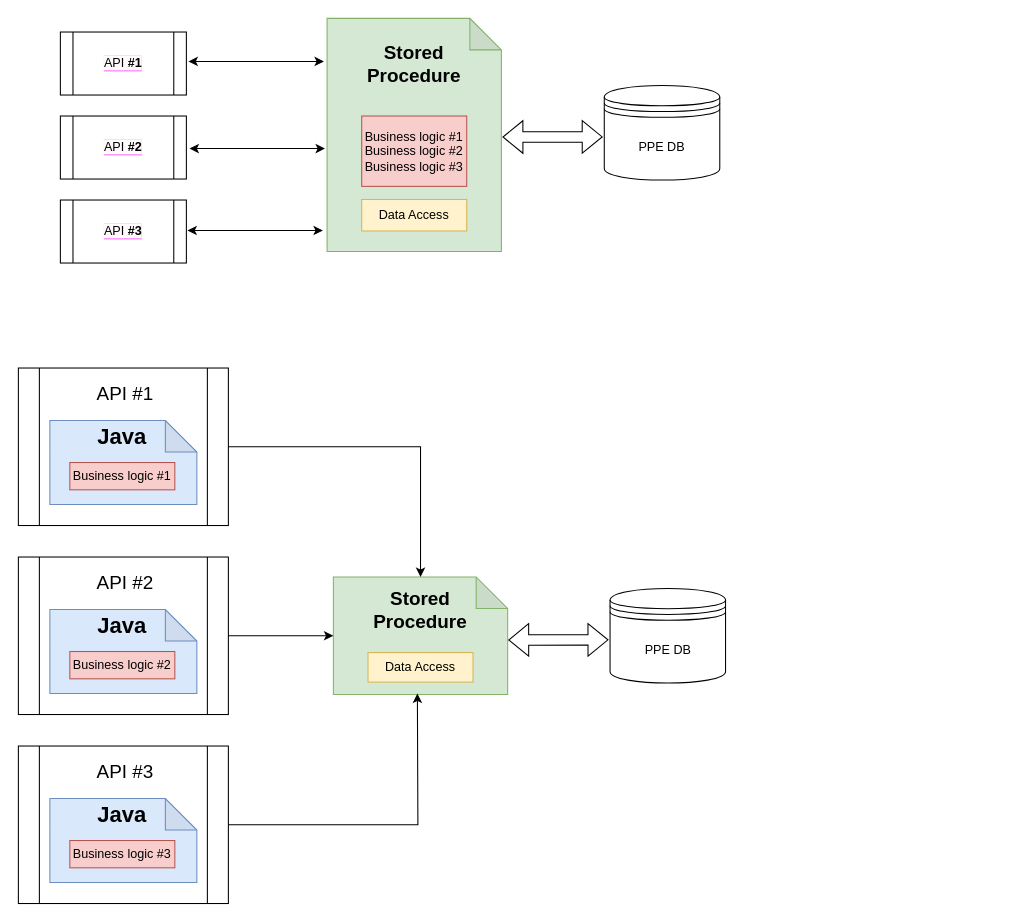
This is page "Page-1" (1 of 2) of Untitled Diagram.drawio from TUKAKKAR/TEMP, a draw.io file, before an edit. Source tidied: cells renumbered, new cells numbered last; positions are measured from the earlier drawing's top-left corner, leaving out a move shared by most shapes. Both pictures are drawn from the tidied source at 105%, with x=0, y=0 at pixel (18, 18).
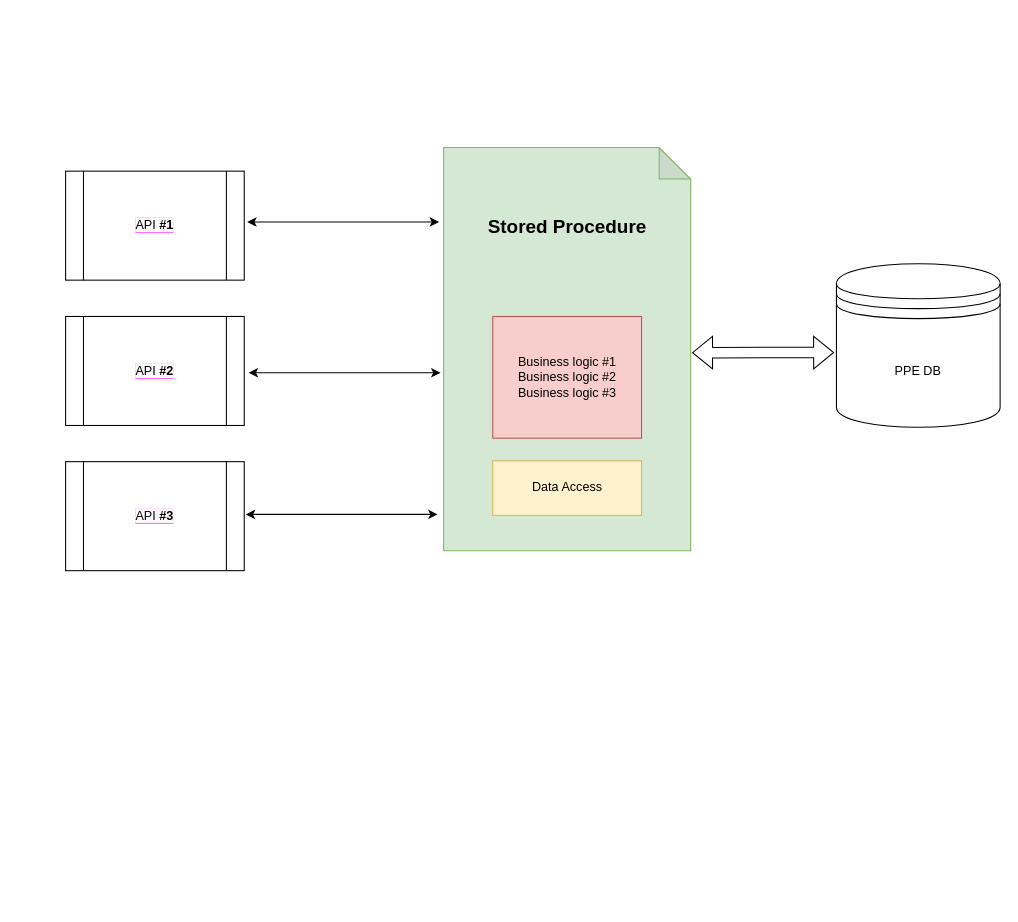
Above is the later version.

Diff of the diagram source:
```diff
@@
+    <mxCell id="50" style="group;" parent="1" vertex="1">
+      <mxGeometry x="45" y="123" width="890" height="403" as="geometry" />
+    </mxCell>
-    <mxCell id="2" value="PPE DB" style="shape=datastore;whiteSpace=wrap;html=1;" parent="1" vertex="1">
-      <mxGeometry x="558" y="64" width="110" height="90" as="geometry" />
+    <mxCell id="2" value="PPE DB" style="shape=datastore;whiteSpace=wrap;html=1;" parent="50" vertex="1">
+      <mxGeometry x="734.1" y="110.7" width="155.9" height="155.7" as="geometry" />
     </mxCell>
-    <mxCell id="3" style="shape=flexArrow;endArrow=classic;startArrow=classic;html=1;rounded=0;entryX=-0.009;entryY=0.454;entryDx=0;entryDy=0;entryPerimeter=0;" parent="1" edge="1">
+    <mxCell id="3" style="shape=flexArrow;endArrow=classic;startArrow=classic;html=1;rounded=0;entryX=-0.009;entryY=0.454;entryDx=0;entryDy=0;entryPerimeter=0;" parent="50" edge="1">
       <mxGeometry relative="1" as="geometry">
-        <mxPoint x="461" y="113" as="sourcePoint" />
-        <mxPoint x="556.5" y="112.9" as="targetPoint" />
+        <mxPoint x="596.6" y="195.4" as="sourcePoint" />
+        <mxPoint x="731.9" y="195.2" as="targetPoint" />
       </mxGeometry>
     </mxCell>
-    <mxCell id="4" value="PPE DB" style="shape=datastore;whiteSpace=wrap;html=1;" parent="1" vertex="1">
-      <mxGeometry x="563.5" y="543" width="110" height="90" as="geometry" />
-    </mxCell>
-    <mxCell id="5" style="shape=flexArrow;endArrow=classic;startArrow=classic;html=1;rounded=0;entryX=-0.009;entryY=0.454;entryDx=0;entryDy=0;entryPerimeter=0;" parent="1" edge="1">
-      <mxGeometry relative="1" as="geometry">
-        <mxPoint x="466.5" y="592" as="sourcePoint" />
-        <mxPoint x="562" y="591.9" as="targetPoint" />
-      </mxGeometry>
-    </mxCell>
-    <mxCell id="6" style="group;" parent="1" vertex="1">
-      <mxGeometry x="40" y="13" width="123" height="60" as="geometry" />
+    <mxCell id="6" style="group;" parent="50" vertex="1">
+      <mxGeometry y="22.5" width="174.3" height="103.8" as="geometry" />
     </mxCell>
     <mxCell id="7" value="&lt;span style=&quot;background-color: rgb(255, 250, 252);&quot;&gt;API &lt;b&gt;#1&lt;/b&gt;&lt;/span&gt;" style="shape=process;whiteSpace=wrap;html=1;backgroundOutline=1;labelBackgroundColor=#FF66FF;" parent="6" vertex="1">
-      <mxGeometry width="120" height="60" as="geometry" />
+      <mxGeometry width="170.1" height="103.8" as="geometry" />
     </mxCell>
-    <mxCell id="8" style="group;" parent="1" vertex="1">
-      <mxGeometry x="40" y="93" width="123" height="60" as="geometry" />
+    <mxCell id="8" style="group;" parent="50" vertex="1">
+      <mxGeometry y="160.9" width="174.3" height="103.8" as="geometry" />
     </mxCell>
     <mxCell id="9" value="&lt;span style=&quot;background-color: rgb(255, 250, 252);&quot;&gt;API &lt;b&gt;#2&lt;/b&gt;&lt;/span&gt;" style="shape=process;whiteSpace=wrap;html=1;backgroundOutline=1;labelBackgroundColor=#FF66FF;" parent="8" vertex="1">
-      <mxGeometry width="120" height="60" as="geometry" />
+      <mxGeometry width="170.1" height="103.8" as="geometry" />
     </mxCell>
-    <mxCell id="10" style="group;" parent="1" vertex="1">
-      <mxGeometry x="40" y="173" width="123" height="60" as="geometry" />
+    <mxCell id="10" style="group;" parent="50" vertex="1">
+      <mxGeometry y="299.2" width="174.3" height="103.8" as="geometry" />
     </mxCell>
     <mxCell id="11" value="&lt;span style=&quot;background-color: rgb(255, 250, 252);&quot;&gt;API &lt;b&gt;#3&lt;/b&gt;&lt;/span&gt;" style="shape=process;whiteSpace=wrap;html=1;backgroundOutline=1;labelBackgroundColor=#FF66FF;" parent="10" vertex="1">
-      <mxGeometry width="120" height="60" as="geometry" />
+      <mxGeometry width="170.1" height="103.8" as="geometry" />
     </mxCell>
-    <mxCell id="12" style="group;" parent="1" vertex="1">
-      <mxGeometry x="294" width="166" height="222" as="geometry" />
+    <mxCell id="12" style="group;" parent="50" vertex="1">
+      <mxGeometry x="360" width="235.3" height="384" as="geometry" />
     </mxCell>
     <mxCell id="13" style="shape=note;whiteSpace=wrap;html=1;backgroundOutline=1;darkOpacity=0.05;labelBackgroundColor=none;fillStyle=solid;fontSize=18;fillColor=#d5e8d4;strokeColor=#82b366;" parent="12" vertex="1">
-      <mxGeometry width="166" height="222" as="geometry" />
+      <mxGeometry width="235.3" height="384" as="geometry" />
     </mxCell>
     <mxCell id="14" value="Business logic #1&lt;br&gt;Business logic #2&lt;br&gt;Business logic #3" style="rounded=0;whiteSpace=wrap;html=1;labelBackgroundColor=none;fillStyle=solid;fillColor=#f8cecc;strokeColor=#b85450;" parent="12" vertex="1">
-      <mxGeometry x="33" y="93" width="100" height="67" as="geometry" />
+      <mxGeometry x="46.8" y="160.9" width="141.7" height="115.9" as="geometry" />
     </mxCell>
     <mxCell id="15" value="Data Access" style="rounded=0;whiteSpace=wrap;html=1;fillColor=#fff2cc;strokeColor=#d6b656;" parent="12" vertex="1">
-      <mxGeometry x="33" y="172.5" width="100" height="30" as="geometry" />
+      <mxGeometry x="46.8" y="298.4" width="141.7" height="51.9" as="geometry" />
     </mxCell>
     <mxCell id="16" value="Stored Procedure" style="rounded=0;whiteSpace=wrap;html=1;labelBackgroundColor=none;fillStyle=solid;fontSize=18;fillColor=none;fontStyle=1;verticalAlign=middle;strokeColor=none;" parent="12" vertex="1">
-      <mxGeometry x="26" y="23" width="114" height="42" as="geometry" />
+      <mxGeometry x="36.8" y="39.8" width="161.6" height="72.6" as="geometry" />
     </mxCell>
-    <mxCell id="17" style="endArrow=classic;startArrow=classic;html=1;rounded=0;fontSize=18;" parent="1" edge="1">
+    <mxCell id="17" style="endArrow=classic;startArrow=classic;html=1;rounded=0;fontSize=18;" parent="50" edge="1">
       <mxGeometry relative="1" as="geometry">
-        <mxPoint x="161" y="202" as="sourcePoint" />
-        <mxPoint x="290" y="202" as="targetPoint" />
+        <mxPoint x="171.5" y="349.4" as="sourcePoint" />
+        <mxPoint x="354.3" y="349.4" as="targetPoint" />
       </mxGeometry>
     </mxCell>
-    <mxCell id="18" style="endArrow=classic;startArrow=classic;html=1;rounded=0;fontSize=18;" parent="1" edge="1">
+    <mxCell id="18" style="endArrow=classic;startArrow=classic;html=1;rounded=0;fontSize=18;" parent="50" edge="1">
       <mxGeometry relative="1" as="geometry">
-        <mxPoint x="163" y="124" as="sourcePoint" />
-        <mxPoint x="292" y="124" as="targetPoint" />
+        <mxPoint x="174.3" y="214.5" as="sourcePoint" />
+        <mxPoint x="357.1" y="214.5" as="targetPoint" />
       </mxGeometry>
     </mxCell>
-    <mxCell id="19" style="endArrow=classic;startArrow=classic;html=1;rounded=0;fontSize=18;" parent="1" edge="1">
+    <mxCell id="19" style="endArrow=classic;startArrow=classic;html=1;rounded=0;fontSize=18;" parent="50" edge="1">
       <mxGeometry relative="1" as="geometry">
-        <mxPoint x="162" y="41" as="sourcePoint" />
-        <mxPoint x="291" y="41" as="targetPoint" />
+        <mxPoint x="172.9" y="70.9" as="sourcePoint" />
+        <mxPoint x="355.7" y="70.9" as="targetPoint" />
       </mxGeometry>
     </mxCell>
-    <mxCell id="20" style="group;" parent="1" vertex="1">
-      <mxGeometry x="300" y="484" width="166" height="208" as="geometry" />
-    </mxCell>
-    <mxCell id="21" style="shape=note;whiteSpace=wrap;html=1;backgroundOutline=1;darkOpacity=0.05;labelBackgroundColor=none;fillStyle=solid;fontSize=18;fillColor=#d5e8d4;strokeColor=#82b366;" parent="20" vertex="1">
-      <mxGeometry y="48" width="166" height="112" as="geometry" />
-    </mxCell>
-    <mxCell id="22" value="Data Access" style="rounded=0;whiteSpace=wrap;html=1;fillColor=#fff2cc;strokeColor=#d6b656;" parent="20" vertex="1">
-      <mxGeometry x="33" y="120" width="100" height="28.1" as="geometry" />
-    </mxCell>
-    <mxCell id="23" value="Stored Procedure" style="rounded=0;whiteSpace=wrap;html=1;labelBackgroundColor=none;fillStyle=solid;fontSize=18;fillColor=none;fontStyle=1;verticalAlign=middle;strokeColor=none;" parent="20" vertex="1">
-      <mxGeometry x="26" y="60" width="114" height="39.4" as="geometry" />
-    </mxCell>
-    <mxCell id="24" style="group;" parent="1" vertex="1">
-      <mxGeometry y="333" width="200" height="150" as="geometry" />
-    </mxCell>
-    <mxCell id="25" style="shape=process;whiteSpace=wrap;html=1;backgroundOutline=1;labelBackgroundColor=#FF66FF;" parent="24" vertex="1">
-      <mxGeometry width="200" height="150" as="geometry" />
-    </mxCell>
-    <mxCell id="26" value="API #1" style="text;html=1;strokeColor=none;fillColor=none;align=center;verticalAlign=middle;whiteSpace=wrap;rounded=0;labelBackgroundColor=none;fillStyle=solid;fontSize=18;" parent="24" vertex="1">
-      <mxGeometry x="71.5" y="10" width="60" height="30" as="geometry" />
-    </mxCell>
-    <mxCell id="27" style="group;" parent="24" vertex="1">
-      <mxGeometry x="30" y="50" width="140" height="80" as="geometry" />
-    </mxCell>
-    <mxCell id="28" style="shape=note;whiteSpace=wrap;html=1;backgroundOutline=1;darkOpacity=0.05;labelBackgroundColor=#FFFFFF;fillStyle=solid;fillColor=#dae8fc;strokeColor=#6c8ebf;" parent="27" vertex="1">
-      <mxGeometry width="140" height="80" as="geometry" />
-    </mxCell>
-    <mxCell id="29" value="Business logic #1" style="rounded=0;whiteSpace=wrap;html=1;labelBackgroundColor=none;fillStyle=solid;fillColor=#f8cecc;strokeColor=#b85450;" parent="27" vertex="1">
-      <mxGeometry x="19" y="40" width="100" height="26" as="geometry" />
-    </mxCell>
-    <mxCell id="30" value="&lt;b&gt;&lt;font style=&quot;font-size: 21px;&quot;&gt;Java&lt;/font&gt;&lt;/b&gt;" style="rounded=0;whiteSpace=wrap;html=1;labelBackgroundColor=none;fillStyle=solid;strokeColor=none;fillColor=none;" parent="27" vertex="1">
-      <mxGeometry x="9" y="3.1" width="120" height="23.9" as="geometry" />
-    </mxCell>
-    <mxCell id="31" style="group;" parent="1" vertex="1">
-      <mxGeometry y="513" width="200" height="150" as="geometry" />
-    </mxCell>
-    <mxCell id="32" style="group;" parent="31" vertex="1">
-      <mxGeometry width="200" height="150" as="geometry" />
-    </mxCell>
-    <mxCell id="33" style="shape=process;whiteSpace=wrap;html=1;backgroundOutline=1;labelBackgroundColor=#FF66FF;" parent="32" vertex="1">
-      <mxGeometry width="200" height="150" as="geometry" />
-    </mxCell>
-    <mxCell id="34" value="API #2" style="text;html=1;strokeColor=none;fillColor=none;align=center;verticalAlign=middle;whiteSpace=wrap;rounded=0;labelBackgroundColor=none;fillStyle=solid;fontSize=18;" parent="32" vertex="1">
-      <mxGeometry x="71.5" y="10" width="60" height="30" as="geometry" />
-    </mxCell>
-    <mxCell id="35" style="group;" parent="31" vertex="1">
-      <mxGeometry x="30" y="50" width="140" height="80" as="geometry" />
-    </mxCell>
-    <mxCell id="36" style="shape=note;whiteSpace=wrap;html=1;backgroundOutline=1;darkOpacity=0.05;labelBackgroundColor=#FFFFFF;fillStyle=solid;fillColor=#dae8fc;strokeColor=#6c8ebf;" parent="35" vertex="1">
-      <mxGeometry width="140" height="80" as="geometry" />
-    </mxCell>
-    <mxCell id="37" value="Business logic #2" style="rounded=0;whiteSpace=wrap;html=1;labelBackgroundColor=none;fillStyle=solid;fillColor=#f8cecc;strokeColor=#b85450;" parent="35" vertex="1">
-      <mxGeometry x="19" y="40" width="100" height="26" as="geometry" />
-    </mxCell>
-    <mxCell id="38" value="&lt;b&gt;&lt;font style=&quot;font-size: 21px;&quot;&gt;Java&lt;/font&gt;&lt;/b&gt;" style="rounded=0;whiteSpace=wrap;html=1;labelBackgroundColor=none;fillStyle=solid;strokeColor=none;fillColor=none;" parent="35" vertex="1">
-      <mxGeometry x="9" y="3.1" width="120" height="23.9" as="geometry" />
-    </mxCell>
-    <mxCell id="39" style="group;" parent="1" vertex="1">
-      <mxGeometry y="693" width="200" height="150" as="geometry" />
-    </mxCell>
-    <mxCell id="40" style="group;" parent="39" vertex="1">
-      <mxGeometry width="200" height="150" as="geometry" />
-    </mxCell>
-    <mxCell id="41" style="shape=process;whiteSpace=wrap;html=1;backgroundOutline=1;labelBackgroundColor=#FF66FF;" parent="40" vertex="1">
-      <mxGeometry width="200" height="150" as="geometry" />
-    </mxCell>
-    <mxCell id="42" value="API #3" style="text;html=1;strokeColor=none;fillColor=none;align=center;verticalAlign=middle;whiteSpace=wrap;rounded=0;labelBackgroundColor=none;fillStyle=solid;fontSize=18;" parent="40" vertex="1">
-      <mxGeometry x="71.5" y="10" width="60" height="30" as="geometry" />
-    </mxCell>
-    <mxCell id="43" style="group;" parent="39" vertex="1">
-      <mxGeometry x="30" y="50" width="140" height="80" as="geometry" />
-    </mxCell>
-    <mxCell id="44" style="shape=note;whiteSpace=wrap;html=1;backgroundOutline=1;darkOpacity=0.05;labelBackgroundColor=#FFFFFF;fillStyle=solid;fillColor=#dae8fc;strokeColor=#6c8ebf;" parent="43" vertex="1">
-      <mxGeometry width="140" height="80" as="geometry" />
-    </mxCell>
-    <mxCell id="45" value="Business logic #3" style="rounded=0;whiteSpace=wrap;html=1;labelBackgroundColor=none;fillStyle=solid;fillColor=#f8cecc;strokeColor=#b85450;" parent="43" vertex="1">
-      <mxGeometry x="19" y="40" width="100" height="26" as="geometry" />
-    </mxCell>
-    <mxCell id="46" value="&lt;b&gt;&lt;font style=&quot;font-size: 21px;&quot;&gt;Java&lt;/font&gt;&lt;/b&gt;" style="rounded=0;whiteSpace=wrap;html=1;labelBackgroundColor=none;fillStyle=solid;strokeColor=none;fillColor=none;" parent="43" vertex="1">
-      <mxGeometry x="9" y="3.1" width="120" height="23.9" as="geometry" />
-    </mxCell>
-    <mxCell id="47" style="edgeStyle=orthogonalEdgeStyle;rounded=0;jettySize=auto;html=1;fontSize=18;" parent="1" edge="1" source="25" target="21">
-      <mxGeometry relative="1" as="geometry" />
-    </mxCell>
-    <mxCell id="48" style="edgeStyle=orthogonalEdgeStyle;rounded=0;jettySize=auto;html=1;entryX=0;entryY=0.5;entryDx=0;entryDy=0;entryPerimeter=0;fontSize=18;" parent="1" edge="1" source="33" target="21">
-      <mxGeometry relative="1" as="geometry" />
-    </mxCell>
-    <mxCell id="49" style="edgeStyle=orthogonalEdgeStyle;rounded=0;jettySize=auto;html=1;fontSize=18;" parent="1" edge="1" source="41">
-      <mxGeometry relative="1" as="geometry">
-        <mxPoint x="380" y="643" as="targetPoint" />
-      </mxGeometry>
-    </mxCell>
```
